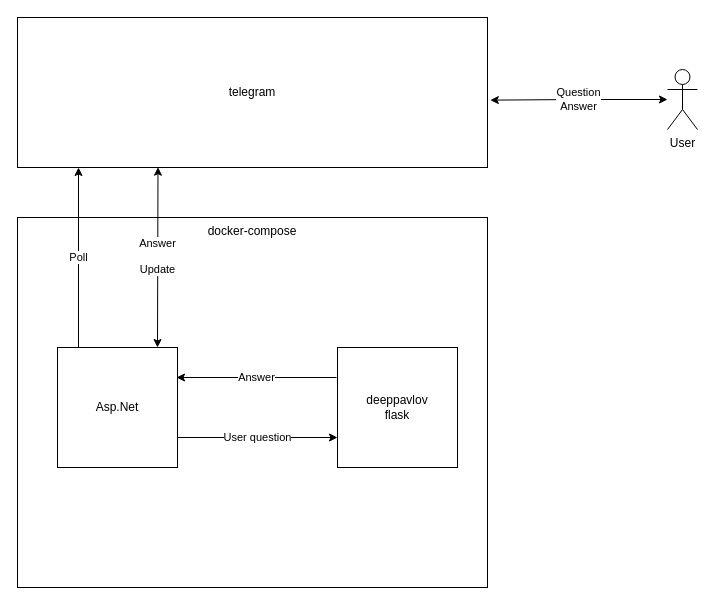
Before: doc/architecture.drawio in andrewmat2000/urfu_faq_bot, a draw.io diagram. Source tidied: cells renumbered, new cells numbered last; positions are measured from the earlier drawing's top-left corner, leaving out a move shared by most shapes. Both pictures are drawn from the tidied source at 100%, with x=0, y=0 at pixel (17, 17).
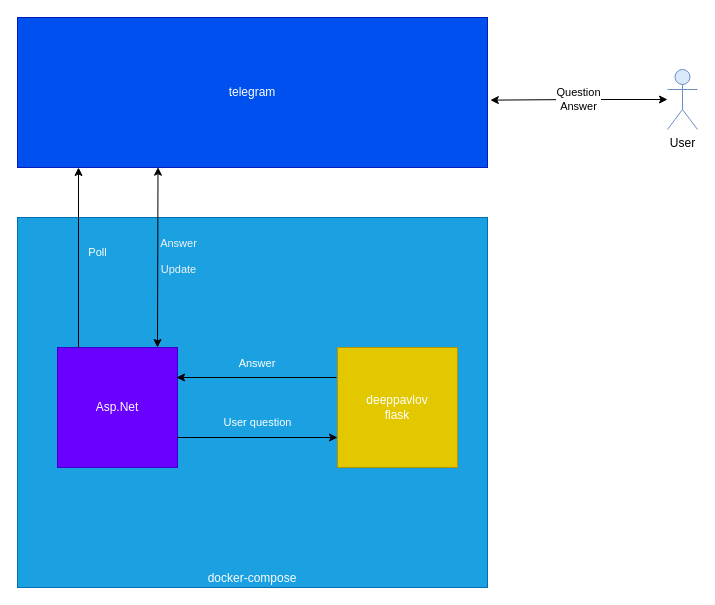
The same diagram, later.

What changed in the source:
```diff
@@
 <mxGraphModel>
   <root>
     <mxCell id="0" />
     <mxCell id="1" parent="0" />
-    <mxCell id="2" value="docker-compose" style="rounded=0;whiteSpace=wrap;html=1;verticalAlign=top;spacingTop=0;" parent="1" vertex="1">
+    <mxCell id="2" value="docker-compose" style="rounded=0;whiteSpace=wrap;html=1;verticalAlign=bottom;spacingTop=0;fillColor=#1ba1e2;fontColor=#ffffff;strokeColor=#006EAF;" parent="1" vertex="1">
       <mxGeometry y="200" width="470" height="370" as="geometry" />
     </mxCell>
-    <mxCell id="3" value="Asp.Net" style="rounded=0;whiteSpace=wrap;html=1;spacingTop=0;" parent="1" vertex="1">
+    <mxCell id="3" value="Asp.Net" style="rounded=0;whiteSpace=wrap;html=1;spacingTop=0;fillColor=#6a00ff;strokeColor=#3700CC;fontColor=#ffffff;" parent="1" vertex="1">
       <mxGeometry x="40" y="330" width="120" height="120" as="geometry" />
     </mxCell>
-    <mxCell id="4" value="&lt;div&gt;deeppavlov&lt;/div&gt;&lt;div&gt;flask&lt;br&gt;&lt;/div&gt;" style="whiteSpace=wrap;html=1;verticalAlign=middle;spacingTop=0;" parent="1" vertex="1">
+    <mxCell id="4" value="&lt;div&gt;deeppavlov&lt;/div&gt;&lt;div&gt;flask&lt;br&gt;&lt;/div&gt;" style="whiteSpace=wrap;html=1;verticalAlign=middle;spacingTop=0;fillColor=#e3c800;strokeColor=#B09500;fontColor=#FFFFFF;" parent="1" vertex="1">
       <mxGeometry x="320" y="330" width="120" height="120" as="geometry" />
     </mxCell>
-    <mxCell id="5" value="telegram" style="rounded=0;whiteSpace=wrap;html=1;spacingTop=0;" parent="1" vertex="1">
+    <mxCell id="5" value="telegram" style="rounded=0;whiteSpace=wrap;html=1;spacingTop=0;fillColor=#0050ef;fontColor=#ffffff;strokeColor=#001DBC;" parent="1" vertex="1">
       <mxGeometry width="470" height="150" as="geometry" />
     </mxCell>
     <mxCell id="6" value="&lt;div&gt;Question&lt;/div&gt;&lt;div&gt;Answer&lt;/div&gt;" style="edgeStyle=orthogonalEdgeStyle;rounded=0;jettySize=auto;html=1;entryX=1.006;entryY=0.551;entryDx=0;entryDy=0;entryPerimeter=0;startArrow=classic;startFill=1;spacingTop=0;" parent="1" edge="1" source="7" target="5">
       <mxGeometry relative="1" as="geometry" />
     </mxCell>
-    <mxCell id="7" value="User" style="shape=umlActor;verticalLabelPosition=bottom;verticalAlign=top;html=1;outlineConnect=0;spacingTop=0;" parent="1" vertex="1">
+    <mxCell id="7" value="User" style="shape=umlActor;verticalLabelPosition=bottom;verticalAlign=top;html=1;outlineConnect=0;spacingTop=0;fillColor=#dae8fc;strokeColor=#6c8ebf;" parent="1" vertex="1">
       <mxGeometry x="650" y="52" width="30" height="60" as="geometry" />
     </mxCell>
-    <mxCell id="8" value="Poll" style="endArrow=classic;html=1;rounded=0;exitX=0.75;exitY=0;exitDx=0;exitDy=0;spacingTop=0;" parent="1" edge="1">
-      <mxGeometry relative="1" as="geometry">
+    <mxCell id="8" value="Poll" style="endArrow=classic;html=1;rounded=0;exitX=0.75;exitY=0;exitDx=0;exitDy=0;spacingTop=0;labelBackgroundColor=none;fontColor=#FFFFFF;" parent="1" edge="1">
+      <mxGeometry x="0.06" y="-19" relative="1" as="geometry">
         <mxPoint x="61" y="330" as="sourcePoint" />
         <mxPoint x="61" y="150" as="targetPoint" />
       </mxGeometry>
     </mxCell>
     <mxCell id="9" style="endArrow=classic;html=1;rounded=0;exitX=0.15;exitY=0.998;exitDx=0;exitDy=0;exitPerimeter=0;entryX=0.25;entryY=0;entryDx=0;entryDy=0;startArrow=classic;startFill=1;spacingTop=0;" parent="1" edge="1">
       <mxGeometry relative="1" as="geometry">
         <mxPoint x="140.5" y="149.7" as="sourcePoint" />
         <mxPoint x="140" y="330" as="targetPoint" />
       </mxGeometry>
     </mxCell>
-    <mxCell id="10" value="&lt;div&gt;Answer&lt;/div&gt;&lt;div&gt;&lt;br&gt;&lt;/div&gt;&lt;div&gt;Update&lt;br&gt;&lt;/div&gt;" style="edgeLabel;html=1;align=center;verticalAlign=middle;spacingTop=0;" parent="9" vertex="1">
+    <mxCell id="10" value="&lt;div&gt;Answer&lt;/div&gt;&lt;div&gt;&lt;br&gt;&lt;/div&gt;&lt;div&gt;Update&lt;br&gt;&lt;/div&gt;" style="edgeLabel;html=1;align=center;verticalAlign=middle;spacingTop=0;labelBackgroundColor=none;fontColor=#F2F2F2;" parent="9" vertex="1">
       <mxGeometry x="-0.12" y="-1" relative="1" as="geometry">
-        <mxPoint y="10" as="offset" />
+        <mxPoint x="21" y="10" as="offset" />
       </mxGeometry>
     </mxCell>
-    <mxCell id="11" value="User question" style="endArrow=classic;html=1;rounded=0;exitX=1;exitY=0.75;exitDx=0;exitDy=0;entryX=0;entryY=0.75;entryDx=0;entryDy=0;spacingTop=0;" parent="1" edge="1" source="3" target="4">
-      <mxGeometry relative="1" as="geometry" />
+    <mxCell id="11" value="User question" style="endArrow=classic;html=1;rounded=0;exitX=1;exitY=0.75;exitDx=0;exitDy=0;entryX=0;entryY=0.75;entryDx=0;entryDy=0;spacingTop=0;labelBackgroundColor=none;fontColor=#FFFFFF;" parent="1" edge="1" source="3" target="4">
+      <mxGeometry y="15" relative="1" as="geometry" />
     </mxCell>
-    <mxCell id="12" value="Answer" style="endArrow=classic;html=1;rounded=0;exitX=0;exitY=0.25;exitDx=0;exitDy=0;entryX=1;entryY=0.25;entryDx=0;entryDy=0;spacingTop=0;" parent="1" edge="1">
-      <mxGeometry relative="1" as="geometry">
+    <mxCell id="12" value="Answer" style="endArrow=classic;rounded=0;exitX=0;exitY=0.25;exitDx=0;exitDy=0;entryX=1;entryY=0.25;entryDx=0;entryDy=0;spacingTop=0;labelBackgroundColor=none;fontColor=#FFFFFF;" parent="1" edge="1">
+      <mxGeometry x="-0.01" y="-15" relative="1" as="geometry">
         <mxPoint x="319" y="360" as="sourcePoint" />
         <mxPoint x="159" y="360" as="targetPoint" />
       </mxGeometry>
     </mxCell>
   </root>
 </mxGraphModel>
```
